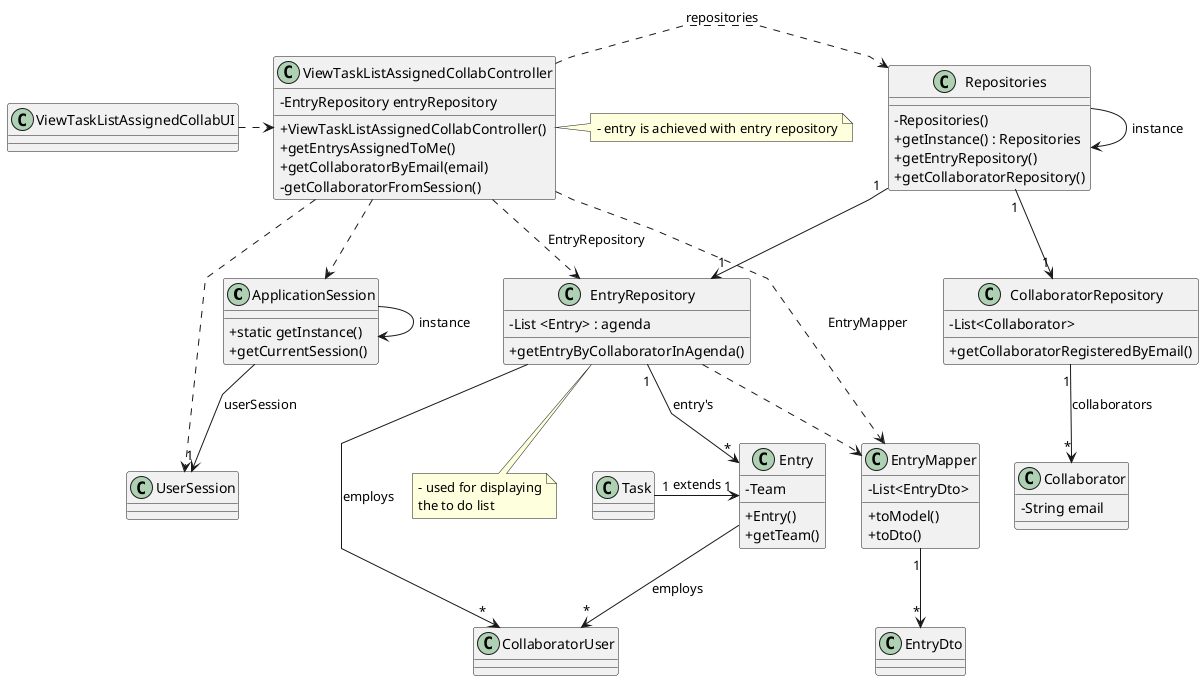
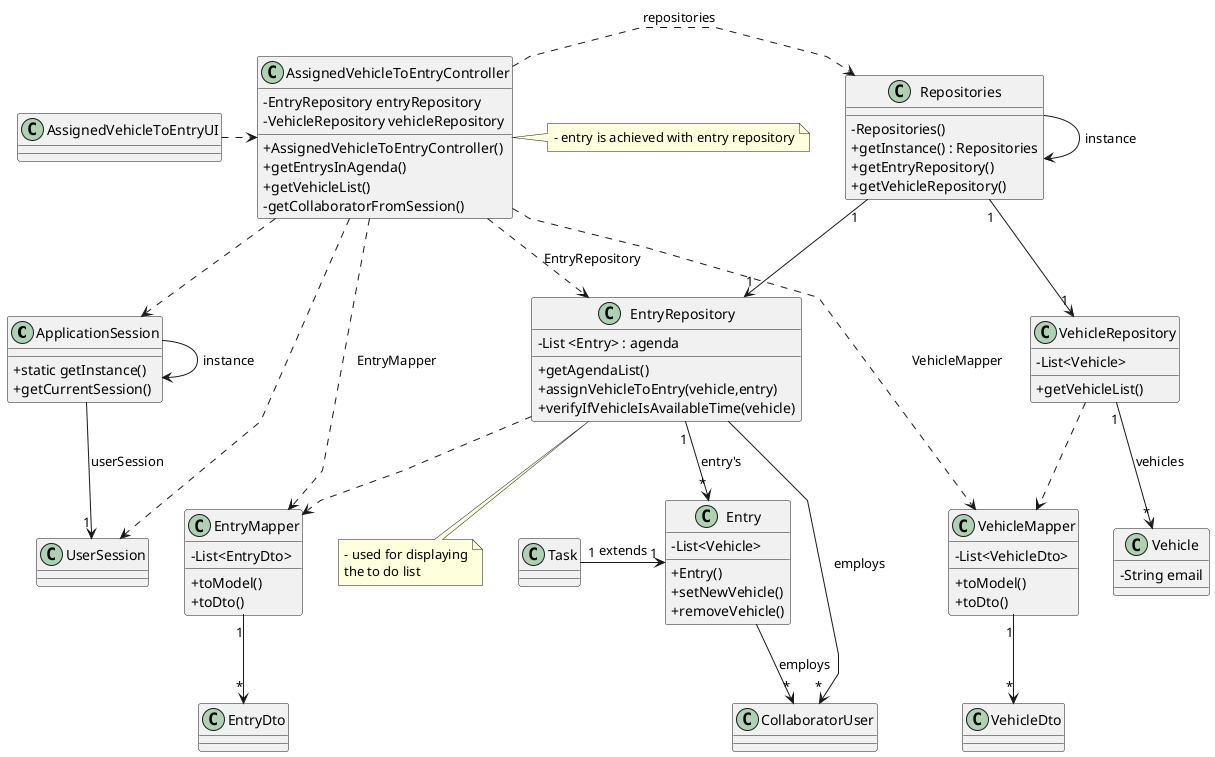
@startuml
'skinparam monochrome true
skinparam packageStyle rectangle
skinparam shadowing false
skinparam linetype polyline
'skinparam linetype orto

skinparam classAttributeIconSize 0

'left to right direction

class ApplicationSession{
    + static getInstance()
    + getCurrentSession()
}

class UserSession{
}

class CollaboratorUser {
}


class Entry {
-     - Team
+     - List<Vehicle>
    + Entry()
-     + getTeam()
+     + setNewVehicle()
+     + removeVehicle()
}

class Task{
}


class EntryRepository {
    - List <Entry> : agenda

-     + getEntryByCollaboratorInAgenda()
+     + getAgendaList()
+     + assignVehicleToEntry(vehicle,entry)
+     + verifyIfVehicleIsAvailableTime(vehicle)
}

- class CollaboratorRepository{
-     - List<Collaborator>
+ class VehicleRepository{
+     - List<Vehicle>

-     + getCollaboratorRegisteredByEmail()
+     + getVehicleList()
}

- class Collaborator {
+ class Vehicle {
    - String email
}


class Repositories {
    - Repositories()
    + getInstance() : Repositories
    + getEntryRepository()
-     + getCollaboratorRepository()
+     + getVehicleRepository()
}

- class ViewTaskListAssignedCollabController {
+ class AssignedVehicleToEntryController {
    - EntryRepository entryRepository
-     + ViewTaskListAssignedCollabController()
-     + getEntrysAssignedToMe()
-     + getCollaboratorByEmail(email)
+     - VehicleRepository vehicleRepository
+     + AssignedVehicleToEntryController()
+     + getEntrysInAgenda()
+     + getVehicleList()
    - getCollaboratorFromSession()
}

class EntryMapper{
    - List<EntryDto>
    + toModel()
    + toDto()
}

class EntryDto{
}

+ class VehicleMapper{
+     - List<VehicleDto>
+     + toModel()
+     + toDto()
+ }

- note right of ViewTaskListAssignedCollabController
+ class VehicleDto{
+ }
+ 
+ 
+ note right of AssignedVehicleToEntryController
    - entry is achieved with entry repository
end note

note bottom of EntryRepository
    - used for displaying
    the to do list
end note

- class ViewTaskListAssignedCollabUI {
+ class AssignedVehicleToEntryUI {
}

Repositories -> Repositories : instance
ApplicationSession -> ApplicationSession : instance

- ViewTaskListAssignedCollabUI .> ViewTaskListAssignedCollabController
+ AssignedVehicleToEntryUI .> AssignedVehicleToEntryController

- ViewTaskListAssignedCollabController .> Repositories : repositories
+ AssignedVehicleToEntryController .> Repositories : repositories
Repositories "1" --> "1" EntryRepository
- Repositories "1" --> "1" CollaboratorRepository
+ Repositories "1" --> "1" VehicleRepository

- ViewTaskListAssignedCollabController ..> EntryRepository : EntryRepository
- ViewTaskListAssignedCollabController ..> EntryMapper : EntryMapper
+ AssignedVehicleToEntryController ..> EntryRepository : EntryRepository
+ AssignedVehicleToEntryController ..> EntryMapper : EntryMapper
+ AssignedVehicleToEntryController ..> VehicleMapper : VehicleMapper

EntryMapper "1" --> "*" EntryDto

- CollaboratorRepository "1" --> "*" Collaborator : collaborators
+ VehicleRepository "1" --> "*" Vehicle : vehicles

ApplicationSession --> "1" UserSession : userSession
- ViewTaskListAssignedCollabController ..> ApplicationSession
- ViewTaskListAssignedCollabController ..> UserSession
+ AssignedVehicleToEntryController ..> ApplicationSession
+ AssignedVehicleToEntryController ..> UserSession
EntryRepository "1" --> "*" Entry : entry's
EntryRepository --> "*" CollaboratorUser : employs
EntryRepository ..> EntryMapper
+ VehicleRepository ..> VehicleMapper
+ 
+ VehicleMapper "1" --> "*" VehicleDto
+ 
Entry --> "*" CollaboratorUser : employs
Task "1" -> "1" Entry : extends


@enduml